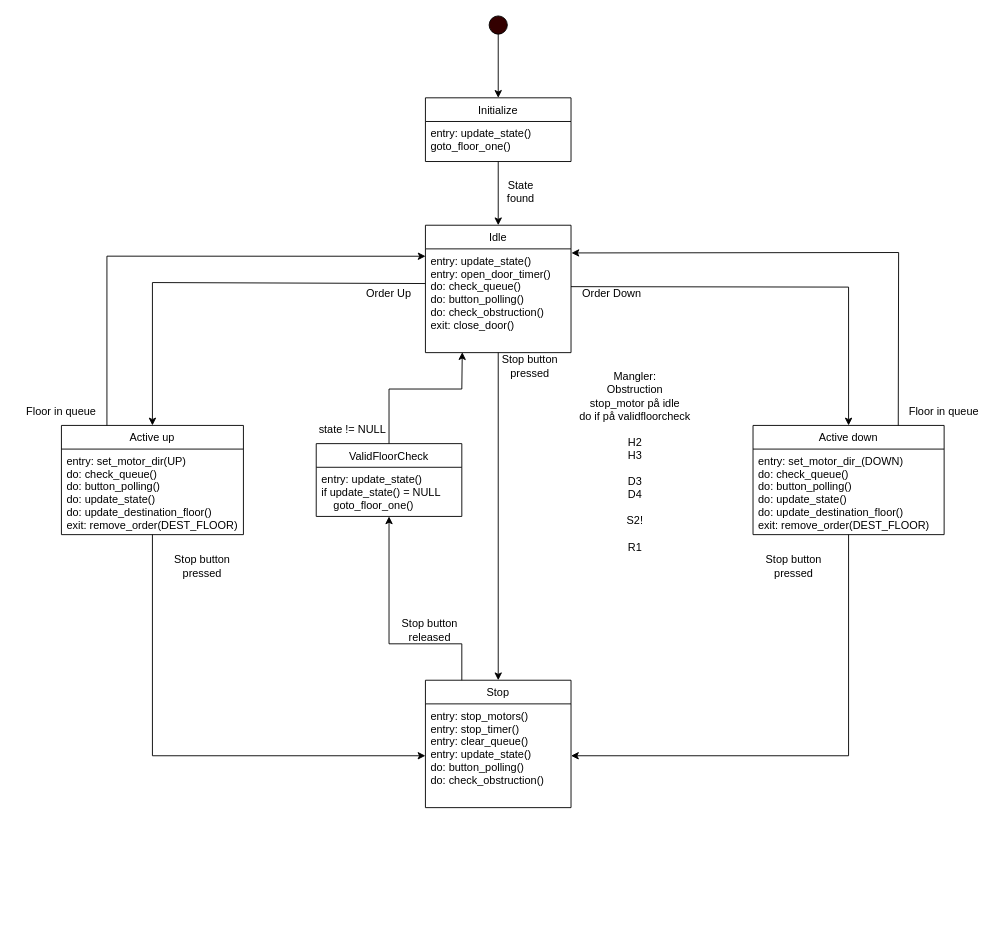
The draw.io diagram page "Tilstandsdiagram v2" (2 of 4) of state_machine.drawio in hk-lor/Tilpdat-TTK4235-heis, before the edit. Source tidied: cells renumbered, new cells numbered last; positions are measured from the earlier drawing's top-left corner, leaving out a move shared by most shapes. Both pictures are drawn from the tidied source at 91%, with x=0, y=0 at pixel (15, 15).
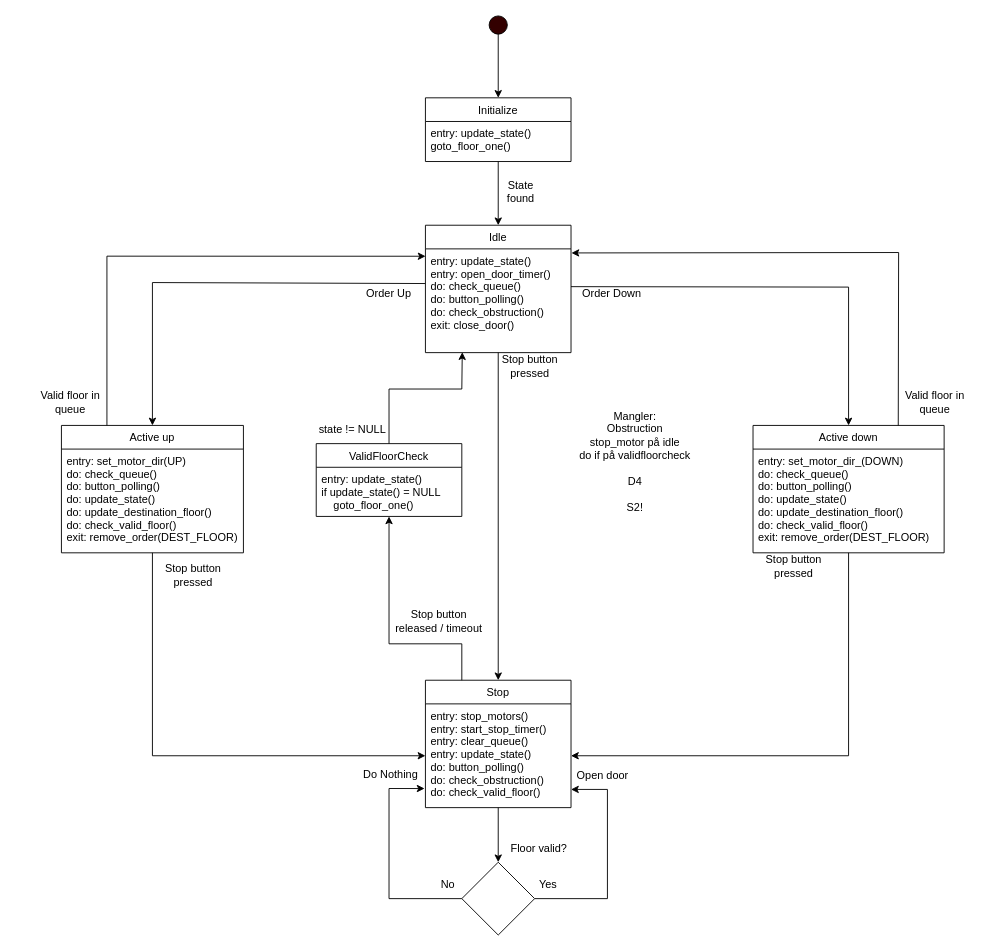
Above is the later version.

Unchanged cells that the change refers to:
```xml
<mxCell id="16" value="Stop" style="swimlane;fontStyle=0;horizontal=1;startSize=26;fillColor=none;" parent="1" vertex="1">
  <mxGeometry x="450" y="730" width="160" height="140" as="geometry" />
</mxCell>
```

Change to the diagram source:
```diff
@@
     <mxCell id="11" value="Active up" style="swimlane;fontStyle=0;horizontal=1;startSize=26;fillColor=none;" parent="1" vertex="1">
-      <mxGeometry x="50" y="450" width="200" height="120" as="geometry" />
+      <mxGeometry x="50" y="450" width="200" height="140" as="geometry" />
     </mxCell>
-    <mxCell id="12" value="entry: set_motor_dir(UP)&#10;do: check_queue()&#10;do: button_polling()&#10;do: update_state()&#10;do: update_destination_floor()&#10;exit: remove_order(DEST_FLOOR)" style="text;strokeColor=none;fillColor=none;align=left;verticalAlign=top;spacingLeft=4;spacingRight=4;overflow=hidden;" parent="11" vertex="1">
-      <mxGeometry y="26" width="200" height="94" as="geometry" />
+    <mxCell id="12" value="entry: set_motor_dir(UP)&#10;do: check_queue()&#10;do: button_polling()&#10;do: update_state()&#10;do: update_destination_floor()&#10;do: check_valid_floor()&#10;exit: remove_order(DEST_FLOOR)" style="text;strokeColor=none;fillColor=none;align=left;verticalAlign=top;spacingLeft=4;spacingRight=4;overflow=hidden;" parent="11" vertex="1">
+      <mxGeometry y="26" width="200" height="114" as="geometry" />
     </mxCell>
@@
     <mxCell id="14" value="Active down" style="swimlane;fontStyle=0;horizontal=1;startSize=26;fillColor=none;" parent="1" vertex="1">
-      <mxGeometry x="810" y="450" width="210" height="120" as="geometry" />
+      <mxGeometry x="810" y="450" width="210" height="140" as="geometry" />
     </mxCell>
-    <mxCell id="15" value="entry: set_motor_dir_(DOWN)&#10;do: check_queue()&#10;do: button_polling()&#10;do: update_state()&#10;do: update_destination_floor()&#10;exit: remove_order(DEST_FLOOR)" style="text;strokeColor=none;fillColor=none;align=left;verticalAlign=top;spacingLeft=4;spacingRight=4;overflow=hidden;" parent="14" vertex="1">
-      <mxGeometry y="26" width="210" height="94" as="geometry" />
+    <mxCell id="15" value="entry: set_motor_dir_(DOWN)&#10;do: check_queue()&#10;do: button_polling()&#10;do: update_state()&#10;do: update_destination_floor()&#10;do: check_valid_floor()&#10;exit: remove_order(DEST_FLOOR)" style="text;strokeColor=none;fillColor=none;align=left;verticalAlign=top;spacingLeft=4;spacingRight=4;overflow=hidden;" parent="14" vertex="1">
+      <mxGeometry y="26" width="210" height="114" as="geometry" />
     </mxCell>
+    <mxCell id="37" style="edgeStyle=orthogonalEdgeStyle;rounded=0;jettySize=auto;html=1;exitX=0.5;exitY=1;exitDx=0;exitDy=0;entryX=0.5;entryY=0;entryDx=0;entryDy=0;" parent="1" edge="1" source="16" target="40">
+      <mxGeometry relative="1" as="geometry" />
+    </mxCell>
@@
-    <mxCell id="17" value="entry: stop_motors()&#10;entry: stop_timer()&#10;entry: clear_queue()&#10;entry: update_state()&#10;do: button_polling()&#10;do: check_obstruction()" style="text;strokeColor=none;fillColor=none;align=left;verticalAlign=top;spacingLeft=4;spacingRight=4;overflow=hidden;points=[[0,0.5],[1,0.5]];portConstraint=eastwest;" parent="16" vertex="1">
+    <mxCell id="17" value="entry: stop_motors()&#10;entry: start_stop_timer()&#10;entry: clear_queue()&#10;entry: update_state()&#10;do: button_polling()&#10;do: check_obstruction()&#10;do: check_valid_floor()&#10;" style="text;strokeColor=none;fillColor=none;align=left;verticalAlign=top;spacingLeft=4;spacingRight=4;overflow=hidden;points=[[0,0.5],[1,0.5]];portConstraint=eastwest;" parent="16" vertex="1">
       <mxGeometry y="26" width="160" height="114" as="geometry" />
     </mxCell>
@@
     <mxCell id="19" value="Stop button pressed" style="text;html=1;strokeColor=none;fillColor=none;align=center;verticalAlign=middle;whiteSpace=wrap;rounded=0;" parent="1" vertex="1">
-      <mxGeometry x="160" y="590" width="90" height="30" as="geometry" />
+      <mxGeometry x="150" y="600" width="90" height="30" as="geometry" />
     </mxCell>
@@
-    <mxCell id="28" value="Stop button&lt;br&gt;released" style="text;html=1;strokeColor=none;fillColor=none;align=center;verticalAlign=middle;whiteSpace=wrap;rounded=0;" parent="1" vertex="1">
-      <mxGeometry x="410" y="660" width="90" height="30" as="geometry" />
+    <mxCell id="28" value="Stop button&lt;br&gt;released / timeout" style="text;html=1;strokeColor=none;fillColor=none;align=center;verticalAlign=middle;whiteSpace=wrap;rounded=0;" parent="1" vertex="1">
+      <mxGeometry x="390" y="650" width="150" height="30" as="geometry" />
     </mxCell>
@@
-    <mxCell id="33" value="Floor in queue" style="text;html=1;strokeColor=none;fillColor=none;align=center;verticalAlign=middle;whiteSpace=wrap;rounded=0;" parent="1" vertex="1">
-      <mxGeometry y="420" width="100" height="30" as="geometry" />
+    <mxCell id="33" value="Valid floor in queue" style="text;html=1;strokeColor=none;fillColor=none;align=center;verticalAlign=middle;whiteSpace=wrap;rounded=0;" parent="1" vertex="1">
+      <mxGeometry x="10" y="410" width="100" height="30" as="geometry" />
     </mxCell>
-    <mxCell id="34" value="Floor in queue" style="text;html=1;strokeColor=none;fillColor=none;align=center;verticalAlign=middle;whiteSpace=wrap;rounded=0;" parent="1" vertex="1">
-      <mxGeometry x="970" y="420" width="100" height="30" as="geometry" />
+    <mxCell id="34" value="Valid floor in queue" style="text;html=1;strokeColor=none;fillColor=none;align=center;verticalAlign=middle;whiteSpace=wrap;rounded=0;" parent="1" vertex="1">
+      <mxGeometry x="960" y="410" width="100" height="30" as="geometry" />
     </mxCell>
@@
-    <mxCell id="36" value="&lt;div&gt;Mangler:&lt;/div&gt;&lt;div&gt;Obstruction&lt;/div&gt;&lt;div&gt;stop_motor på idle&lt;/div&gt;&lt;div&gt;do if på validfloorcheck&lt;/div&gt;&lt;div&gt;&lt;br&gt;&lt;/div&gt;&lt;div&gt;H2&lt;/div&gt;&lt;div&gt;H3&lt;/div&gt;&lt;div&gt;&lt;br&gt;&lt;/div&gt;&lt;div&gt;D3&lt;/div&gt;&lt;div&gt;D4&lt;/div&gt;&lt;div&gt;&lt;br&gt;&lt;/div&gt;&lt;div&gt;S2!&lt;/div&gt;&lt;div&gt;&lt;br&gt;&lt;/div&gt;&lt;div&gt;R1&lt;/div&gt;" style="text;html=1;align=center;verticalAlign=middle;strokeColor=none;fillColor=none;" parent="1" vertex="1">
-      <mxGeometry x="610" y="380" width="140" height="220" as="geometry" />
+    <mxCell id="36" value="&lt;div&gt;Mangler:&lt;/div&gt;&lt;div&gt;Obstruction&lt;/div&gt;&lt;div&gt;stop_motor på idle&lt;/div&gt;&lt;div&gt;do if på validfloorcheck&lt;/div&gt;&lt;div&gt;&lt;br&gt;&lt;/div&gt;&lt;div&gt;D4&lt;/div&gt;&lt;div&gt;&lt;br&gt;&lt;/div&gt;&lt;div&gt;S2!&lt;/div&gt;" style="text;html=1;align=center;verticalAlign=middle;strokeColor=none;fillColor=none;" parent="1" vertex="1">
+      <mxGeometry x="610" y="425" width="140" height="130" as="geometry" />
     </mxCell>
+    <mxCell id="38" style="edgeStyle=orthogonalEdgeStyle;rounded=0;jettySize=auto;html=1;exitX=1;exitY=0.5;exitDx=0;exitDy=0;" parent="1" edge="1" source="40" target="17">
+      <mxGeometry relative="1" as="geometry">
+        <Array as="points">
+          <mxPoint x="650" y="970" />
+          <mxPoint x="650" y="850" />
+        </Array>
+      </mxGeometry>
+    </mxCell>
+    <mxCell id="39" style="edgeStyle=orthogonalEdgeStyle;rounded=0;jettySize=auto;html=1;exitX=0;exitY=0.5;exitDx=0;exitDy=0;entryX=-0.006;entryY=0.816;entryDx=0;entryDy=0;entryPerimeter=0;" parent="1" edge="1" source="40" target="17">
+      <mxGeometry relative="1" as="geometry">
+        <Array as="points">
+          <mxPoint x="410" y="970" />
+          <mxPoint x="410" y="849" />
+        </Array>
+      </mxGeometry>
+    </mxCell>
+    <mxCell id="40" style="rhombus;whiteSpace=wrap;html=1;" parent="1" vertex="1">
+      <mxGeometry x="490" y="930" width="80" height="80" as="geometry" />
+    </mxCell>
+    <mxCell id="41" value="Yes" style="text;html=1;strokeColor=none;fillColor=none;align=center;verticalAlign=middle;whiteSpace=wrap;rounded=0;" parent="1" vertex="1">
+      <mxGeometry x="540" y="940" width="90" height="30" as="geometry" />
+    </mxCell>
+    <mxCell id="42" value="Floor valid?" style="text;html=1;strokeColor=none;fillColor=none;align=center;verticalAlign=middle;whiteSpace=wrap;rounded=0;" parent="1" vertex="1">
+      <mxGeometry x="530" y="900" width="90" height="30" as="geometry" />
+    </mxCell>
+    <mxCell id="43" value="Open door" style="text;html=1;strokeColor=none;fillColor=none;align=center;verticalAlign=middle;whiteSpace=wrap;rounded=0;" parent="1" vertex="1">
+      <mxGeometry x="600" y="820" width="90" height="30" as="geometry" />
+    </mxCell>
+    <mxCell id="44" value="No" style="text;html=1;strokeColor=none;fillColor=none;align=center;verticalAlign=middle;whiteSpace=wrap;rounded=0;" parent="1" vertex="1">
+      <mxGeometry x="430" y="940" width="90" height="30" as="geometry" />
+    </mxCell>
+    <mxCell id="45" value="Do Nothing" style="text;whiteSpace=wrap;html=1;" parent="1" vertex="1">
+      <mxGeometry x="380" y="820" width="85" height="35" as="geometry" />
+    </mxCell>
```
